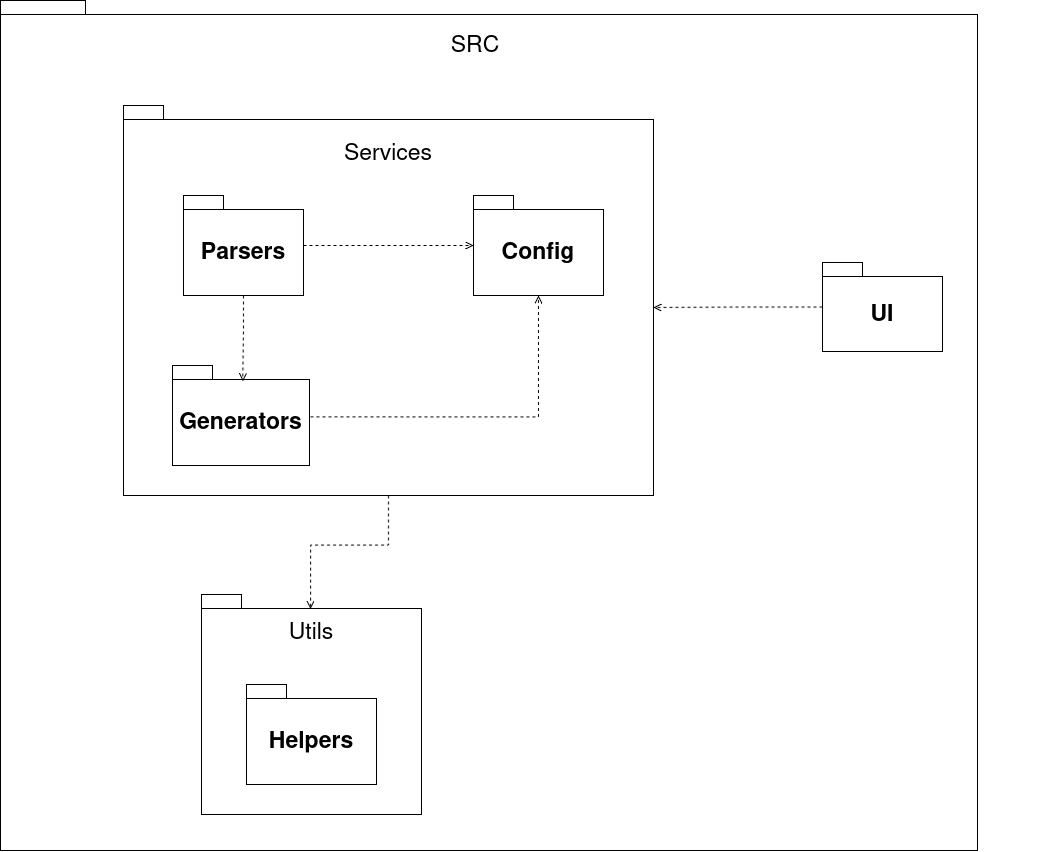
This is Artefatos/diagramas/Diagrama de pacotes/Diagrama de pacotes.drawio.png from ICEI-PUC-Minas-PPLES-TI/plf-es-2025-2-tcci-0393100-dev-arthur-gomes, a draw.io export, as it was before one commit. Source tidied: cells renumbered, new cells last; positions are measured from the earlier drawing's top-left corner, leaving out a move shared by most shapes.
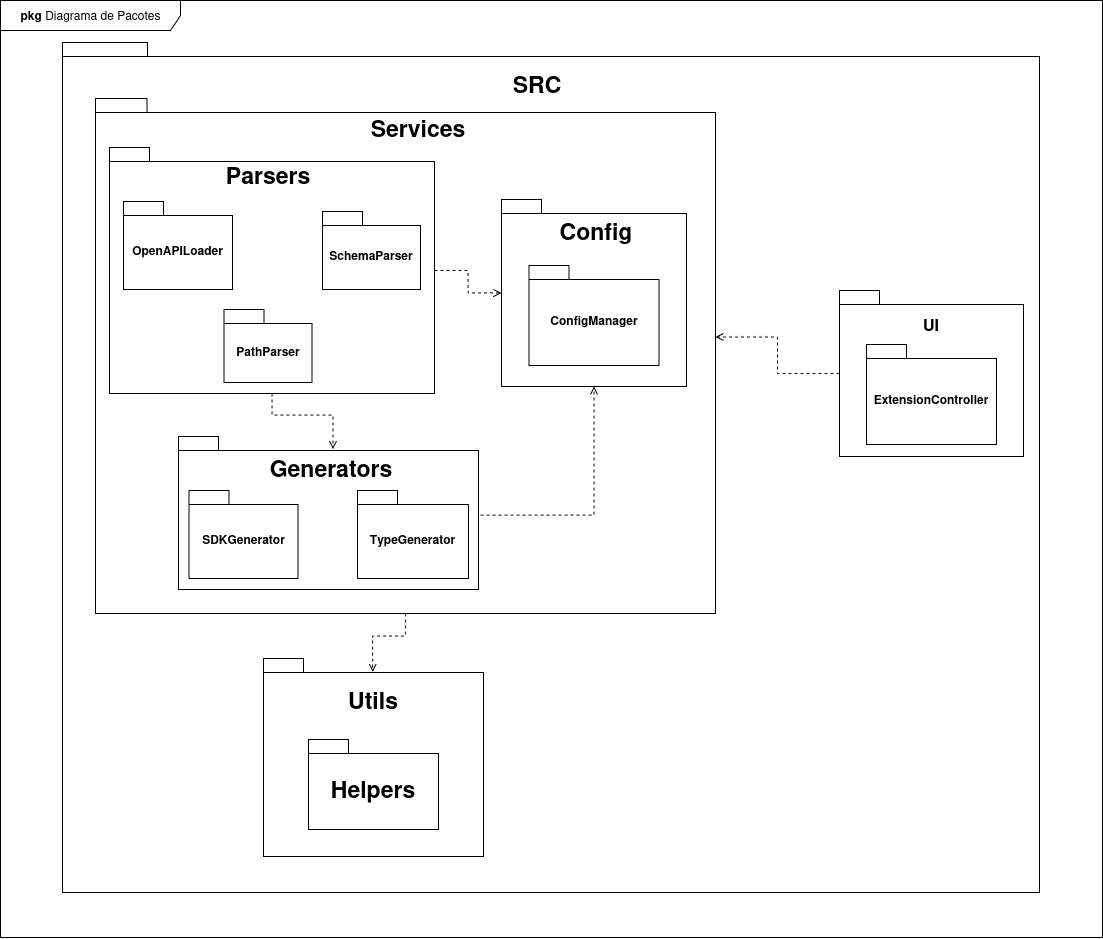
The same file after the commit.

The edit, as a diff of the source:
```diff
@@ -2,62 +2,98 @@
   <root>
     <mxCell id="0" />
     <mxCell id="1" parent="0" />
-    <mxCell id="2" style="shape=folder;fontStyle=1;spacingTop=10;tabWidth=40;tabHeight=14;tabPosition=left;html=1;whiteSpace=wrap;" parent="1" vertex="1">
+    <mxCell id="2" value="UI" style="shape=folder;fontStyle=1;spacingTop=10;tabWidth=40;tabHeight=14;tabPosition=left;html=1;whiteSpace=wrap;" parent="1" vertex="1">
       <mxGeometry width="977" height="850" as="geometry" />
     </mxCell>
-    <mxCell id="3" value="&lt;font style=&quot;font-size: 23px;&quot;&gt;SRC&lt;/font&gt;" style="text;html=1;whiteSpace=wrap;strokeColor=none;fillColor=none;align=center;verticalAlign=middle;rounded=0;" parent="1" vertex="1">
+    <mxCell id="3" value="&lt;font style=&quot;font-size: 23px;&quot;&gt;SRC&lt;/font&gt;" style="text;html=1;whiteSpace=wrap;strokeColor=none;fillColor=none;align=center;verticalAlign=middle;rounded=0;fontStyle=1;" parent="1" vertex="1">
       <mxGeometry x="445" y="27" width="60" height="30" as="geometry" />
     </mxCell>
     <mxCell id="4" style="group;" parent="1" vertex="1">
-      <mxGeometry x="201" y="594" width="220" height="220" as="geometry" />
+      <mxGeometry x="201" y="616" width="220" height="198" as="geometry" />
     </mxCell>
     <mxCell id="5" style="shape=folder;fontStyle=1;spacingTop=10;tabWidth=40;tabHeight=14;tabPosition=left;html=1;whiteSpace=wrap;" parent="4" vertex="1">
-      <mxGeometry width="220" height="220" as="geometry" />
+      <mxGeometry width="220" height="198" as="geometry" />
     </mxCell>
-    <mxCell id="6" value="&lt;font style=&quot;font-size: 23px;&quot;&gt;Utils&lt;/font&gt;" style="text;html=1;whiteSpace=wrap;strokeColor=none;fillColor=none;align=center;verticalAlign=middle;rounded=0;" parent="4" vertex="1">
-      <mxGeometry x="80" y="20" width="60" height="30" as="geometry" />
+    <mxCell id="6" value="&lt;font style=&quot;font-size: 23px;&quot;&gt;Utils&lt;/font&gt;" style="text;html=1;whiteSpace=wrap;strokeColor=none;fillColor=none;align=center;verticalAlign=middle;rounded=0;fontStyle=1;" parent="4" vertex="1">
+      <mxGeometry x="80" y="28.8" width="60" height="27" as="geometry" />
     </mxCell>
     <mxCell id="7" value="&lt;font style=&quot;font-size: 23px;&quot;&gt;Helpers&lt;/font&gt;" style="shape=folder;fontStyle=1;spacingTop=10;tabWidth=40;tabHeight=14;tabPosition=left;html=1;whiteSpace=wrap;" parent="4" vertex="1">
-      <mxGeometry x="45" y="90" width="130" height="100" as="geometry" />
+      <mxGeometry x="45" y="81" width="130" height="90" as="geometry" />
     </mxCell>
     <mxCell id="8" style="group;" parent="1" vertex="1">
-      <mxGeometry x="811" y="196" width="225" height="125" as="geometry" />
+      <mxGeometry x="808" y="226" width="225" height="201" as="geometry" />
     </mxCell>
-    <mxCell id="9" value="&lt;font style=&quot;font-size: 23px;&quot;&gt;UI&lt;/font&gt;" style="shape=folder;fontStyle=1;spacingTop=10;tabWidth=40;tabHeight=14;tabPosition=left;html=1;whiteSpace=wrap;" parent="8" vertex="1">
-      <mxGeometry x="11" y="66" width="120" height="89" as="geometry" />
+    <mxCell id="9" style="shape=folder;fontStyle=1;spacingTop=10;tabWidth=40;tabHeight=14;tabPosition=left;html=1;whiteSpace=wrap;" parent="8" vertex="1">
+      <mxGeometry x="-31" y="22" width="184" height="166" as="geometry" />
     </mxCell>
+    <mxCell id="21" value="ExtensionController" style="shape=folder;fontStyle=1;spacingTop=10;tabWidth=40;tabHeight=14;tabPosition=left;html=1;whiteSpace=wrap;" parent="8" vertex="1">
+      <mxGeometry x="-4" y="76" width="130" height="100" as="geometry" />
+    </mxCell>
+    <mxCell id="22" value="&lt;b&gt;&lt;font style=&quot;font-size: 16px;&quot;&gt;UI&lt;/font&gt;&lt;/b&gt;" style="text;html=1;whiteSpace=wrap;strokeColor=none;fillColor=none;align=center;verticalAlign=middle;rounded=0;" parent="8" vertex="1">
+      <mxGeometry x="31" y="41" width="60" height="30" as="geometry" />
+    </mxCell>
     <mxCell id="10" style="group;" parent="1" vertex="1">
-      <mxGeometry x="123" y="105" width="530" height="390" as="geometry" />
+      <mxGeometry x="123" y="105" width="530" height="466" as="geometry" />
     </mxCell>
     <mxCell id="11" style="shape=folder;fontStyle=1;spacingTop=10;tabWidth=40;tabHeight=14;tabPosition=left;html=1;whiteSpace=wrap;" parent="10" vertex="1">
-      <mxGeometry width="530" height="390" as="geometry" />
+      <mxGeometry x="-90" y="-49" width="620" height="515" as="geometry" />
     </mxCell>
-    <mxCell id="12" value="&lt;font style=&quot;font-size: 23px;&quot;&gt;Services&lt;/font&gt;" style="text;html=1;whiteSpace=wrap;strokeColor=none;fillColor=none;align=center;verticalAlign=middle;rounded=0;" parent="10" vertex="1">
-      <mxGeometry x="235" y="30" width="60" height="30" as="geometry" />
-    </mxCell>
-    <mxCell id="13" value="&lt;font style=&quot;font-size: 23px;&quot;&gt;Parsers&lt;/font&gt;" style="shape=folder;fontStyle=1;spacingTop=10;tabWidth=40;tabHeight=14;tabPosition=left;html=1;whiteSpace=wrap;" parent="10" vertex="1">
-      <mxGeometry x="60" y="90" width="120" height="100" as="geometry" />
-    </mxCell>
-    <mxCell id="14" value="&lt;font style=&quot;font-size: 23px;&quot;&gt;Config&lt;/font&gt;" style="shape=folder;fontStyle=1;spacingTop=10;tabWidth=40;tabHeight=14;tabPosition=left;html=1;whiteSpace=wrap;" parent="10" vertex="1">
-      <mxGeometry x="350" y="90" width="130" height="100" as="geometry" />
+    <mxCell id="14" style="shape=folder;fontStyle=1;spacingTop=10;tabWidth=40;tabHeight=14;tabPosition=left;html=1;whiteSpace=wrap;" parent="10" vertex="1">
+      <mxGeometry x="316" y="52" width="185" height="187" as="geometry" />
     </mxCell>
-    <mxCell id="15" value="&lt;font style=&quot;font-size: 23px;&quot;&gt;Generators&lt;/font&gt;" style="shape=folder;fontStyle=1;spacingTop=10;tabWidth=40;tabHeight=14;tabPosition=left;html=1;whiteSpace=wrap;" parent="10" vertex="1">
-      <mxGeometry x="49" y="260" width="137" height="100" as="geometry" />
+    <mxCell id="15" style="shape=folder;fontStyle=1;spacingTop=10;tabWidth=40;tabHeight=14;tabPosition=left;html=1;whiteSpace=wrap;" parent="10" vertex="1">
+      <mxGeometry x="-7" y="289" width="300" height="153" as="geometry" />
     </mxCell>
     <mxCell id="16" style="edgeStyle=orthogonalEdgeStyle;rounded=0;jettySize=auto;html=1;dashed=1;endArrow=open;endFill=0;" parent="10" edge="1" source="13" target="14">
       <mxGeometry relative="1" as="geometry" />
     </mxCell>
-    <mxCell id="17" style="edgeStyle=orthogonalEdgeStyle;rounded=0;jettySize=auto;html=1;dashed=1;endArrow=open;endFill=0;entryX=0.513;entryY=0.159;entryDx=0;entryDy=0;entryPerimeter=0;" parent="10" edge="1" source="13" target="15">
+    <mxCell id="17" style="edgeStyle=orthogonalEdgeStyle;rounded=0;jettySize=auto;html=1;dashed=1;endArrow=open;endFill=0;entryX=0.515;entryY=0.083;entryDx=0;entryDy=0;entryPerimeter=0;" parent="10" edge="1" source="13" target="15">
       <mxGeometry relative="1" as="geometry" />
     </mxCell>
     <mxCell id="18" style="edgeStyle=orthogonalEdgeStyle;rounded=0;jettySize=auto;html=1;dashed=1;endArrow=open;endFill=0;exitX=1.007;exitY=0.514;exitDx=0;exitDy=0;exitPerimeter=0;" parent="10" edge="1" source="15" target="14">
       <mxGeometry relative="1" as="geometry" />
     </mxCell>
+    <mxCell id="13" style="shape=folder;fontStyle=1;spacingTop=10;tabWidth=40;tabHeight=14;tabPosition=left;html=1;whiteSpace=wrap;" parent="10" vertex="1">
+      <mxGeometry x="-76" width="325" height="246" as="geometry" />
+    </mxCell>
+    <mxCell id="23" value="&lt;b&gt;&lt;font style=&quot;font-size: 23px;&quot;&gt;Parsers&lt;/font&gt;&lt;/b&gt;" style="text;html=1;whiteSpace=wrap;strokeColor=none;fillColor=none;align=center;verticalAlign=middle;rounded=0;" parent="10" vertex="1">
+      <mxGeometry x="52.5" y="13" width="60" height="30" as="geometry" />
+    </mxCell>
+    <mxCell id="24" value="SchemaParser" style="shape=folder;fontStyle=1;spacingTop=10;tabWidth=40;tabHeight=14;tabPosition=left;html=1;whiteSpace=wrap;" parent="10" vertex="1">
+      <mxGeometry x="137" y="64" width="98" height="78" as="geometry" />
+    </mxCell>
+    <mxCell id="25" value="OpenAPILoader" style="shape=folder;fontStyle=1;spacingTop=10;tabWidth=40;tabHeight=14;tabPosition=left;html=1;whiteSpace=wrap;" parent="10" vertex="1">
+      <mxGeometry x="-62" y="54" width="109" height="88" as="geometry" />
+    </mxCell>
+    <mxCell id="26" value="PathParser" style="shape=folder;fontStyle=1;spacingTop=10;tabWidth=40;tabHeight=14;tabPosition=left;html=1;whiteSpace=wrap;" parent="10" vertex="1">
+      <mxGeometry x="38.5" y="162" width="88" height="73" as="geometry" />
+    </mxCell>
+    <mxCell id="27" value="&lt;b&gt;&lt;font style=&quot;font-size: 23px;&quot;&gt;Config&lt;/font&gt;&lt;/b&gt;" style="text;html=1;whiteSpace=wrap;strokeColor=none;fillColor=none;align=center;verticalAlign=middle;rounded=0;" parent="10" vertex="1">
+      <mxGeometry x="381" y="69" width="60" height="30" as="geometry" />
+    </mxCell>
+    <mxCell id="28" value="ConfigManager" style="shape=folder;fontStyle=1;spacingTop=10;tabWidth=40;tabHeight=14;tabPosition=left;html=1;whiteSpace=wrap;" parent="10" vertex="1">
+      <mxGeometry x="343.5" y="118" width="130" height="100" as="geometry" />
+    </mxCell>
+    <mxCell id="29" value="&lt;b&gt;&lt;font style=&quot;font-size: 23px;&quot;&gt;Generators&lt;/font&gt;&lt;/b&gt;" style="text;html=1;whiteSpace=wrap;strokeColor=none;fillColor=none;align=center;verticalAlign=middle;rounded=0;" parent="10" vertex="1">
+      <mxGeometry x="116" y="306" width="60" height="30" as="geometry" />
+    </mxCell>
+    <mxCell id="30" value="SDKGenerator" style="shape=folder;fontStyle=1;spacingTop=10;tabWidth=40;tabHeight=14;tabPosition=left;html=1;whiteSpace=wrap;" parent="10" vertex="1">
+      <mxGeometry x="3.5" y="343" width="109" height="88" as="geometry" />
+    </mxCell>
+    <mxCell id="31" value="TypeGenerator" style="shape=folder;fontStyle=1;spacingTop=10;tabWidth=40;tabHeight=14;tabPosition=left;html=1;whiteSpace=wrap;" parent="10" vertex="1">
+      <mxGeometry x="172" y="343" width="111" height="88" as="geometry" />
+    </mxCell>
     <mxCell id="19" style="edgeStyle=orthogonalEdgeStyle;rounded=0;jettySize=auto;html=1;entryX=0.496;entryY=0.067;entryDx=0;entryDy=0;entryPerimeter=0;dashed=1;endArrow=open;endFill=0;" parent="1" edge="1" source="11" target="5">
       <mxGeometry relative="1" as="geometry" />
     </mxCell>
-    <mxCell id="20" style="edgeStyle=orthogonalEdgeStyle;rounded=0;jettySize=auto;html=1;entryX=0;entryY=0;entryDx=530;entryDy=202;entryPerimeter=0;dashed=1;endArrow=open;endFill=0;" parent="1" edge="1" source="9" target="11">
+    <mxCell id="20" style="edgeStyle=orthogonalEdgeStyle;rounded=0;jettySize=auto;html=1;dashed=1;endArrow=open;endFill=0;entryX=1;entryY=0.463;entryDx=0;entryDy=0;entryPerimeter=0;" parent="1" edge="1" source="9" target="11">
       <mxGeometry relative="1" as="geometry" />
     </mxCell>
+    <mxCell id="12" value="&lt;b&gt;&lt;font style=&quot;font-size: 23px;&quot;&gt;Services&lt;/font&gt;&lt;/b&gt;" style="text;html=1;whiteSpace=wrap;strokeColor=none;fillColor=none;align=center;verticalAlign=middle;rounded=0;" parent="1" vertex="1">
+      <mxGeometry x="326" y="71" width="60" height="30" as="geometry" />
+    </mxCell>
+    <mxCell id="32" value="&lt;b&gt;pkg&amp;nbsp;&lt;/b&gt;Diagrama de Pacotes" style="shape=umlFrame;whiteSpace=wrap;html=1;width=180;height=30;" parent="1" vertex="1">
+      <mxGeometry x="-62" y="-42" width="1102" height="937" as="geometry" />
+    </mxCell>
   </root>
 </mxGraphModel>
```
